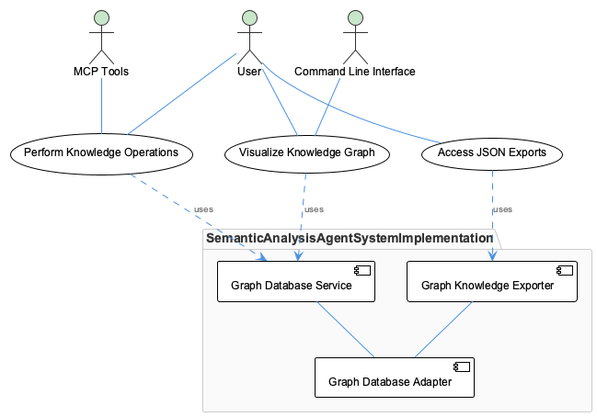
Above: knowledge-management/insights/images/semantic-analysis-agent-system-implementation-use-cases.png in fwornle/coding (PlantUML), before the change.
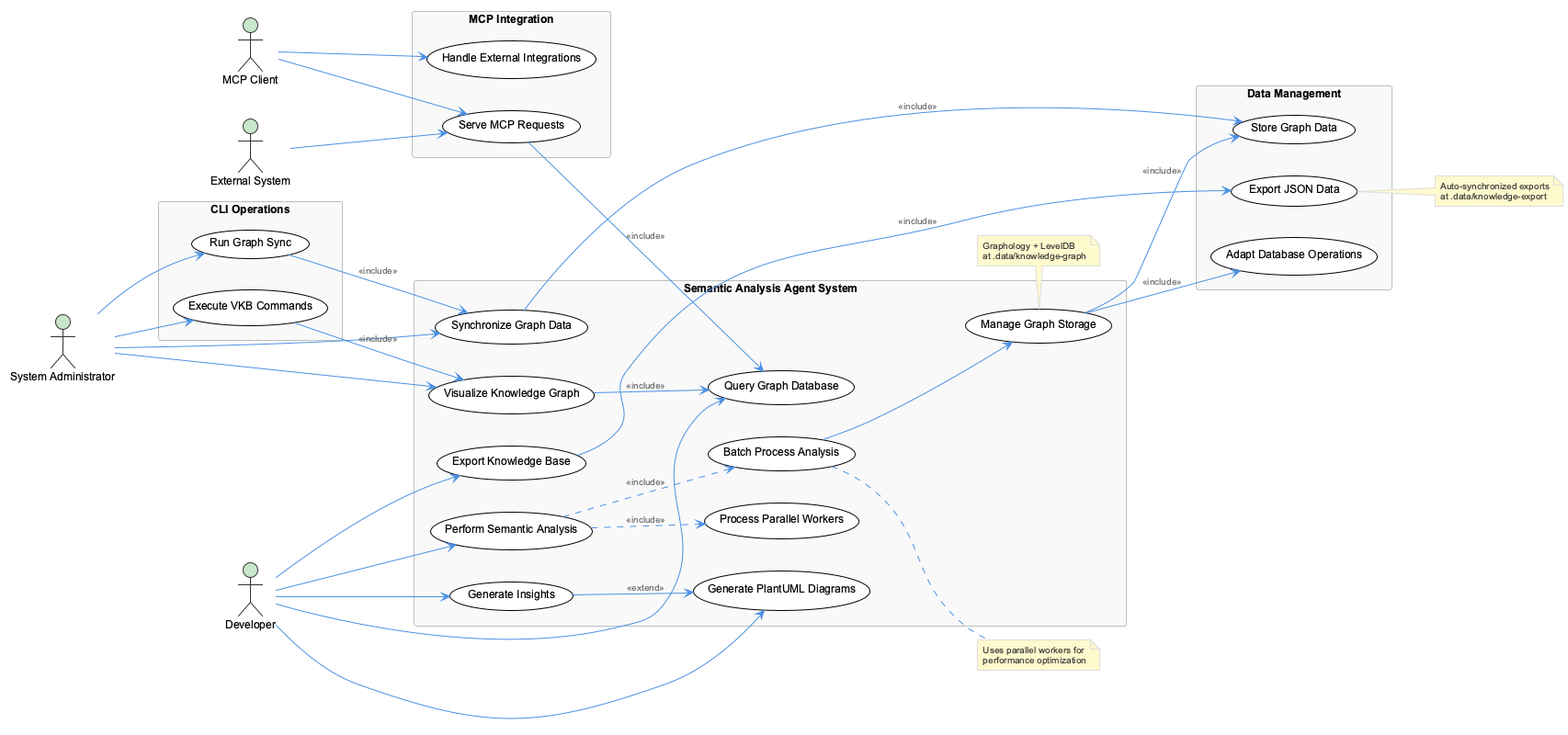
After the change.

Diff of the diagram source:
```diff
@@ -1,32 +1,84 @@
 @startuml
 !include /Users/q284340/Agentic/coding/docs/puml/_standard-style.puml
 
-actor User as "User"
-actor CLI as "Command Line Interface"
-actor MCP as "MCP Tools"
+left to right direction
 
-usecase "Visualize Knowledge Graph" as (Visualize Knowledge Graph)
-usecase "Perform Knowledge Operations" as (Perform Knowledge Operations)
-usecase "Access JSON Exports" as (Access JSON Exports)
+actor "System Administrator" as admin
+actor "Developer" as dev
+actor "MCP Client" as mcp
+actor "External System" as ext
 
-User -- (Visualize Knowledge Graph)
-User -- (Perform Knowledge Operations)
-User -- (Access JSON Exports)
-
-CLI -- (Visualize Knowledge Graph)
-MCP -- (Perform Knowledge Operations)
-
-package "SemanticAnalysisAgentSystemImplementation" {
-  component GraphDatabaseService as "Graph Database Service"
-  component GraphKnowledgeExporter as "Graph Knowledge Exporter"
-  component GraphDatabaseAdapter as "Graph Database Adapter"
-
-  (Visualize Knowledge Graph) ..> GraphDatabaseService : uses
-  (Perform Knowledge Operations) ..> GraphDatabaseService : uses
-  (Access JSON Exports) ..> GraphKnowledgeExporter : uses
-
-  GraphDatabaseService -- GraphDatabaseAdapter
-  GraphKnowledgeExporter -- GraphDatabaseAdapter
+rectangle "Semantic Analysis Agent System" {
+    usecase "Perform Semantic Analysis" as analyze
+    usecase "Generate Insights" as insights
+    usecase "Generate PlantUML Diagrams" as plantuml
+    usecase "Batch Process Analysis" as batch
+    usecase "Visualize Knowledge Graph" as visualize
+    usecase "Synchronize Graph Data" as sync
+    usecase "Export Knowledge Base" as export
+    usecase "Query Graph Database" as query
+    usecase "Manage Graph Storage" as storage
+    usecase "Process Parallel Workers" as parallel
 }
 
+rectangle "Data Management" {
+    usecase "Store Graph Data" as store
+    usecase "Export JSON Data" as json_export
+    usecase "Adapt Database Operations" as adapt
+}
+
+rectangle "CLI Operations" {
+    usecase "Execute VKB Commands" as vkb
+    usecase "Run Graph Sync" as graph_sync
+}
+
+rectangle "MCP Integration" {
+    usecase "Serve MCP Requests" as mcp_serve
+    usecase "Handle External Integrations" as integrate
+}
+
+admin --> visualize
+admin --> sync
+admin --> vkb
+admin --> graph_sync
+
+dev --> analyze
+dev --> insights
+dev --> plantuml
+dev --> query
+dev --> export
+
+mcp --> mcp_serve
+mcp --> integrate
+
+ext --> mcp_serve
+
+analyze ..> batch : <<include>>
+analyze ..> parallel : <<include>>
+batch --> storage
+insights --> plantuml : <<extend>>
+visualize --> query : <<include>>
+sync --> store : <<include>>
+export --> json_export : <<include>>
+storage --> store : <<include>>
+storage --> adapt : <<include>>
+mcp_serve --> query : <<include>>
+vkb --> visualize : <<include>>
+graph_sync --> sync : <<include>>
+
+note right of batch
+  Uses parallel workers for
+  performance optimization
+end note
+
+note bottom of storage
+  Graphology + LevelDB
+  at .data/knowledge-graph
+end note
+
+note right of json_export
+  Auto-synchronized exports
+  at .data/knowledge-export
+end note
+
 @enduml
```
